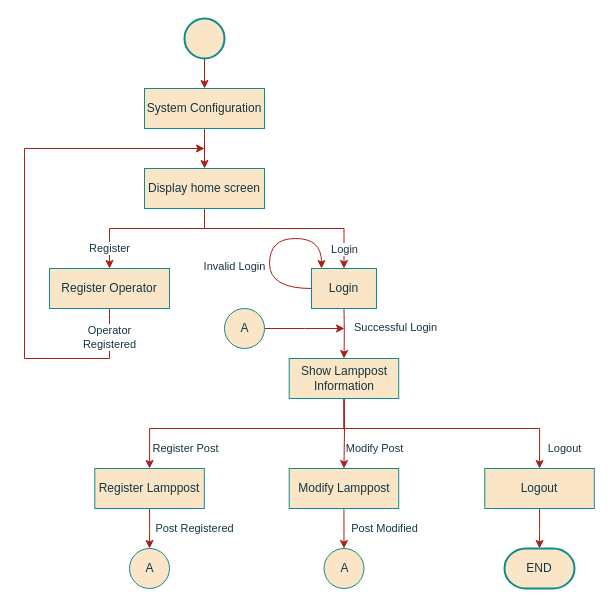
ESRGgroup9/slipad keeps this draw.io diagram as page "AppSystem_StateChart" (3 of 6) of project/report/flowcharts/RemoteSystem.drawio. Above is the earlier version. Source tidied: cells renumbered, new cells numbered last; positions are measured from the earlier drawing's top-left corner, leaving out a move shared by most shapes. Both pictures are drawn from the tidied source at 100%, with x=0, y=0 at pixel (24, 18).
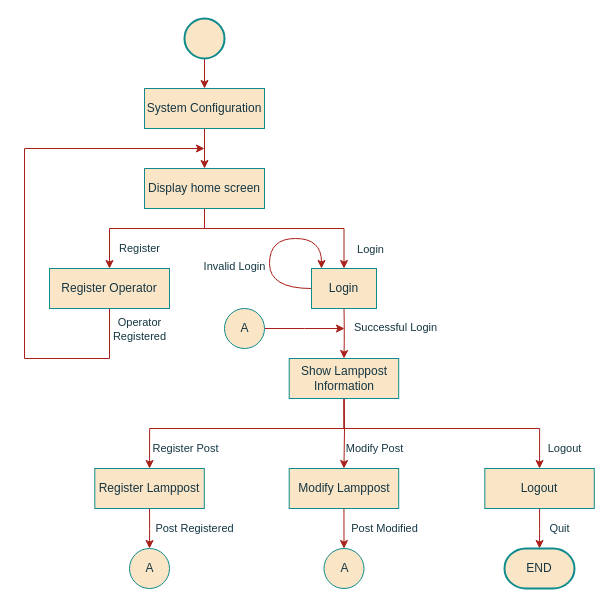
The same diagram, later.

Unchanged cells that the change refers to:
```xml
<mxCell id="19" value="END" style="strokeWidth=2;html=1;shape=mxgraph.flowchart.terminator;whiteSpace=wrap;fillColor=#FAE5C7;align=center;verticalAlign=middle;strokeColor=#0F8B8D;fontColor=#143642;" parent="1" vertex="1">
  <mxGeometry x="480" y="530" width="70" height="40" as="geometry" />
</mxCell>
<mxCell id="22" value="Register Operator" style="rounded=0;whiteSpace=wrap;html=1;sketch=0;fontColor=#143642;strokeColor=#0F8B8D;fillColor=#FAE5C7;" parent="1" vertex="1">
  <mxGeometry x="25" y="250" width="120" height="40" as="geometry" />
</mxCell>
<mxCell id="23" value="&lt;div&gt;Login&lt;/div&gt;" style="rounded=0;whiteSpace=wrap;html=1;sketch=0;fontColor=#143642;strokeColor=#0F8B8D;fillColor=#FAE5C7;" parent="1" vertex="1">
  <mxGeometry x="287" y="250" width="65" height="40" as="geometry" />
</mxCell>
<mxCell id="27" value="Logout" style="rounded=0;whiteSpace=wrap;html=1;sketch=0;fontColor=#143642;strokeColor=#0F8B8D;fillColor=#FAE5C7;" parent="1" vertex="1">
  <mxGeometry x="460.3" y="450" width="109.5" height="40" as="geometry" />
</mxCell>
<mxCell id="28" value="Display home screen" style="rounded=0;whiteSpace=wrap;html=1;sketch=0;fontColor=#143642;strokeColor=#0F8B8D;fillColor=#FAE5C7;" parent="1" vertex="1">
  <mxGeometry x="120" y="150" width="120" height="40" as="geometry" />
</mxCell>
```

The edit, as a diff of the source:
```diff
@@
     <mxCell id="4" value="Login" style="edgeStyle=orthogonalEdgeStyle;rounded=0;jettySize=auto;html=1;strokeWidth=1;entryX=0.5;entryY=0;entryDx=0;entryDy=0;verticalAlign=middle;strokeColor=#A8201A;fontColor=#143642;labelBackgroundColor=default;exitX=0.5;exitY=1;exitDx=0;exitDy=0;" parent="1" edge="1" source="28" target="23">
-      <mxGeometry x="0.8" relative="1" as="geometry">
+      <mxGeometry x="0.8" y="26" relative="1" as="geometry">
         <Array as="points">
           <mxPoint x="180" y="210" />
           <mxPoint x="320" y="210" />
         </Array>
       </mxGeometry>
     </mxCell>
@@
     <mxCell id="7" value="&lt;div&gt;Operator &lt;br&gt;&lt;/div&gt;&lt;div&gt;Registered&lt;/div&gt;" style="edgeStyle=orthogonalEdgeStyle;rounded=0;jettySize=auto;html=1;strokeWidth=1;exitX=0.5;exitY=1;exitDx=0;exitDy=0;strokeColor=#A8201A;fontColor=#143642;labelBackgroundColor=default;" parent="1" edge="1" source="22">
-      <mxGeometry x="-0.89" relative="1" as="geometry">
+      <mxGeometry x="-0.92" y="30" relative="1" as="geometry">
         <mxPoint x="180" y="130" as="targetPoint" />
         <Array as="points">
           <mxPoint x="85" y="340" />
           <mxPoint y="340" />
           <mxPoint y="130" />
         </Array>
       </mxGeometry>
     </mxCell>
     <mxCell id="8" value="Register" style="edgeStyle=orthogonalEdgeStyle;rounded=0;jettySize=auto;html=1;strokeWidth=1;verticalAlign=middle;strokeColor=#A8201A;fontColor=#143642;labelBackgroundColor=default;entryX=0.5;entryY=0;entryDx=0;entryDy=0;" parent="1" edge="1" target="22">
-      <mxGeometry x="0.72" relative="1" as="geometry">
+      <mxGeometry x="0.03" y="20" relative="1" as="geometry">
         <mxPoint x="180" y="200" as="sourcePoint" />
         <Array as="points">
           <mxPoint x="180" y="210" />
           <mxPoint x="85" y="210" />
         </Array>
       </mxGeometry>
     </mxCell>
@@
-    <mxCell id="18" style="edgeStyle=orthogonalEdgeStyle;rounded=0;jettySize=auto;html=1;entryX=0.5;entryY=0;entryDx=0;entryDy=0;entryPerimeter=0;strokeWidth=1;verticalAlign=middle;strokeColor=#A8201A;fontColor=#143642;labelBackgroundColor=#DAD2D8;exitX=0.5;exitY=1;exitDx=0;exitDy=0;" parent="1" edge="1" source="27" target="19">
-      <mxGeometry relative="1" as="geometry" />
+    <mxCell id="18" value="Quit" style="edgeStyle=orthogonalEdgeStyle;rounded=0;jettySize=auto;html=1;entryX=0.5;entryY=0;entryDx=0;entryDy=0;entryPerimeter=0;strokeWidth=1;verticalAlign=middle;strokeColor=#A8201A;fontColor=#143642;labelBackgroundColor=none;exitX=0.5;exitY=1;exitDx=0;exitDy=0;" parent="1" edge="1" source="27" target="19">
+      <mxGeometry y="20" relative="1" as="geometry" />
     </mxCell>
```
